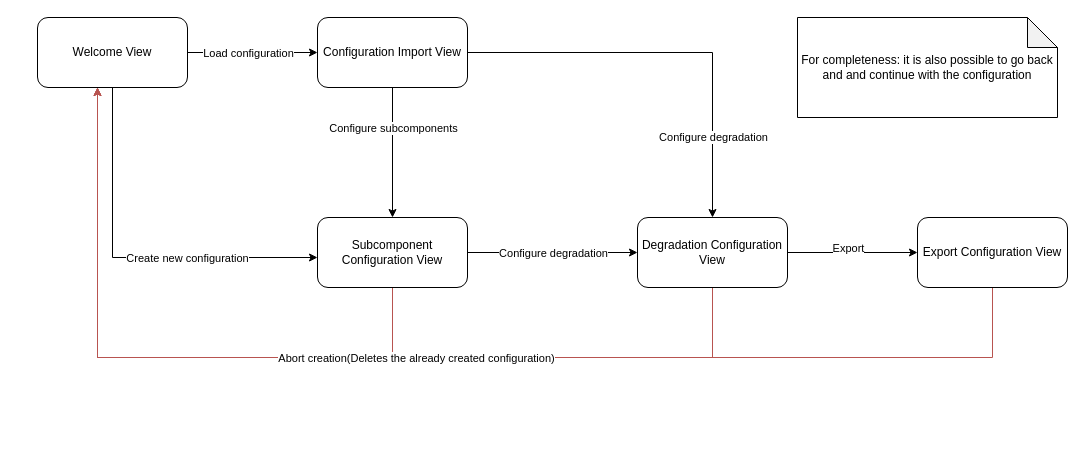
Earlier version of the draw.io diagram docs/planning/WizardWorkflow.drawio (frozzenshooter/sorrirConfigurator). Source tidied: cells renumbered, new cells numbered last; positions are measured from the earlier drawing's top-left corner, leaving out a move shared by most shapes. Both pictures are drawn from the tidied source at 100%, with x=0, y=0 at pixel (37, 17).
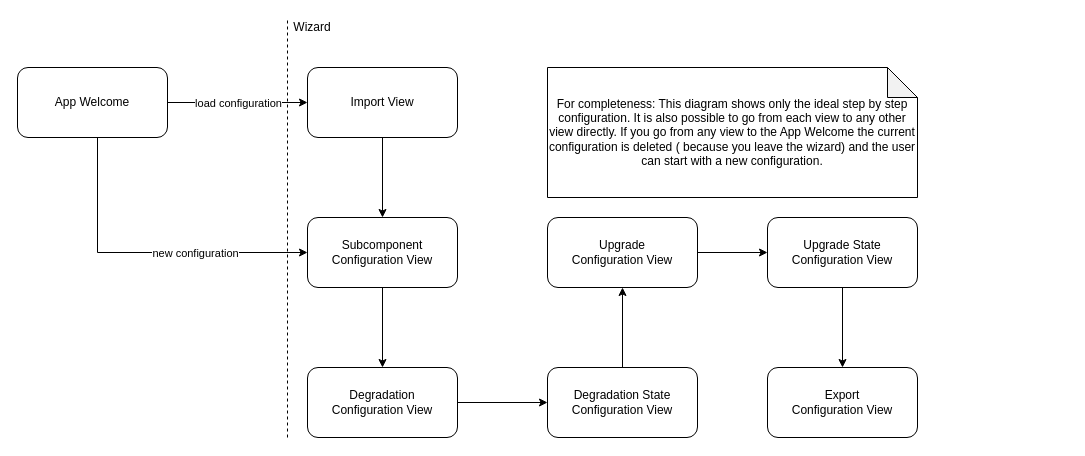
The same page after the edit.

Commit message (it also covers changes not shown here):
improves the wizard workflow in the docs and updates the notes

The change refers to these unchanged cells:
```xml
<mxCell id="12" style="edgeStyle=orthogonalEdgeStyle;rounded=0;jettySize=auto;html=1;" parent="1" edge="1" source="15" target="19">
  <mxGeometry relative="1" as="geometry" />
</mxCell>
```

What changed in the source:
```diff
@@
-    <mxCell id="2" style="edgeStyle=orthogonalEdgeStyle;rounded=0;jettySize=auto;html=1;" parent="1" edge="1" source="6" target="11">
-      <mxGeometry relative="1" as="geometry" />
-    </mxCell>
-    <mxCell id="3" value="Load configuration" style="edgeLabel;html=1;align=center;verticalAlign=middle;" parent="2" vertex="1">
-      <mxGeometry x="-0.18" y="4" relative="1" as="geometry">
-        <mxPoint x="7" y="4" as="offset" />
-      </mxGeometry>
-    </mxCell>
-    <mxCell id="4" style="edgeStyle=orthogonalEdgeStyle;rounded=0;jettySize=auto;html=1;" parent="1" edge="1" source="6" target="15">
-      <mxGeometry relative="1" as="geometry">
-        <Array as="points">
-          <mxPoint x="75" y="240" />
-        </Array>
-      </mxGeometry>
-    </mxCell>
-    <mxCell id="5" value="Create new configuration" style="edgeLabel;html=1;align=center;verticalAlign=middle;" parent="4" vertex="1">
-      <mxGeometry x="0.26" y="-4" relative="1" as="geometry">
-        <mxPoint x="8" y="-4" as="offset" />
-      </mxGeometry>
-    </mxCell>
-    <mxCell id="6" value="Welcome View" style="rounded=1;whiteSpace=wrap;html=1;" parent="1" vertex="1">
-      <mxGeometry width="150" height="70" as="geometry" />
-    </mxCell>
-    <mxCell id="7" style="edgeStyle=orthogonalEdgeStyle;rounded=0;jettySize=auto;html=1;" parent="1" edge="1" source="11" target="15">
-      <mxGeometry relative="1" as="geometry" />
-    </mxCell>
-    <mxCell id="8" value="Configure subcomponents" style="edgeLabel;html=1;align=center;verticalAlign=middle;" parent="7" vertex="1">
-      <mxGeometry x="-0.15" y="1" relative="1" as="geometry">
-        <mxPoint x="-1" y="-15" as="offset" />
-      </mxGeometry>
-    </mxCell>
-    <mxCell id="9" style="edgeStyle=orthogonalEdgeStyle;rounded=0;jettySize=auto;html=1;" parent="1" edge="1" source="11" target="19">
-      <mxGeometry relative="1" as="geometry" />
-    </mxCell>
-    <mxCell id="10" value="Configure degradation" style="edgeLabel;html=1;align=center;verticalAlign=middle;" parent="9" vertex="1">
-      <mxGeometry x="0.45" y="-3" relative="1" as="geometry">
-        <mxPoint x="3" y="32" as="offset" />
-      </mxGeometry>
-    </mxCell>
-    <mxCell id="11" value="Configuration Import View" style="rounded=1;whiteSpace=wrap;html=1;" parent="1" vertex="1">
-      <mxGeometry x="280" width="150" height="70" as="geometry" />
-    </mxCell>
+    <mxCell id="23" value="For completeness: This diagram shows only the ideal step by step configuration. It is also possible to go from each view to any other view directly. If you go from any view to the App Welcome the current configuration is deleted ( because you leave the wizard) and the user can start with a new configuration." style="shape=note;whiteSpace=wrap;html=1;backgroundOutline=1;darkOpacity=0.05;" parent="1" vertex="1">
+      <mxGeometry x="510" y="50" width="370" height="130" as="geometry" />
+    </mxCell>
+    <mxCell id="24" style="edgeStyle=orthogonalEdgeStyle;rounded=0;jettySize=auto;html=1;" parent="1" edge="1" source="28" target="30">
+      <mxGeometry relative="1" as="geometry" />
+    </mxCell>
+    <mxCell id="25" value="load configuration" style="edgeLabel;html=1;align=center;verticalAlign=middle;" parent="24" vertex="1">
+      <mxGeometry x="0.33" y="-1" relative="1" as="geometry">
+        <mxPoint x="-23" y="-1" as="offset" />
+      </mxGeometry>
+    </mxCell>
+    <mxCell id="26" style="edgeStyle=orthogonalEdgeStyle;rounded=0;jettySize=auto;html=1;entryX=0;entryY=0.5;entryDx=0;entryDy=0;" parent="1" edge="1" source="28" target="15">
+      <mxGeometry relative="1" as="geometry">
+        <Array as="points">
+          <mxPoint x="60" y="235" />
+        </Array>
+      </mxGeometry>
+    </mxCell>
+    <mxCell id="27" value="new configuration" style="edgeLabel;html=1;align=center;verticalAlign=middle;" parent="26" vertex="1">
+      <mxGeometry x="0.59" y="1" relative="1" as="geometry">
+        <mxPoint x="-46" y="1" as="offset" />
+      </mxGeometry>
+    </mxCell>
+    <mxCell id="28" value="App Welcome" style="rounded=1;whiteSpace=wrap;html=1;" parent="1" vertex="1">
+      <mxGeometry x="-20" y="50" width="150" height="70" as="geometry" />
+    </mxCell>
+    <mxCell id="29" style="edgeStyle=orthogonalEdgeStyle;rounded=0;jettySize=auto;html=1;" parent="1" edge="1" source="30" target="15">
+      <mxGeometry relative="1" as="geometry" />
+    </mxCell>
+    <mxCell id="30" value="Import View" style="rounded=1;whiteSpace=wrap;html=1;" parent="1" vertex="1">
+      <mxGeometry x="270" y="50" width="150" height="70" as="geometry" />
+    </mxCell>
@@
-    <mxCell id="13" value="Configure degradation" style="edgeLabel;html=1;align=center;verticalAlign=middle;" parent="12" vertex="1">
-      <mxGeometry x="0.25" y="-1" relative="1" as="geometry">
-        <mxPoint x="-21" y="-1" as="offset" />
-      </mxGeometry>
-    </mxCell>
-    <mxCell id="14" style="edgeStyle=orthogonalEdgeStyle;rounded=0;jettySize=auto;html=1;fillColor=#f8cecc;strokeColor=#b85450;" parent="1" edge="1" source="15" target="6">
-      <mxGeometry relative="1" as="geometry">
-        <Array as="points">
-          <mxPoint x="355" y="340" />
-          <mxPoint x="60" y="340" />
-        </Array>
-      </mxGeometry>
-    </mxCell>
-    <mxCell id="15" value="Subcomponent Configuration View" style="rounded=1;whiteSpace=wrap;html=1;" parent="1" vertex="1">
-      <mxGeometry x="280" y="200" width="150" height="70" as="geometry" />
+    <mxCell id="15" value="Subcomponent&lt;br&gt;Configuration View" style="rounded=1;whiteSpace=wrap;html=1;" parent="1" vertex="1">
+      <mxGeometry x="270" y="200" width="150" height="70" as="geometry" />
     </mxCell>
-    <mxCell id="16" style="edgeStyle=orthogonalEdgeStyle;rounded=0;jettySize=auto;html=1;" parent="1" edge="1" source="19" target="22">
-      <mxGeometry relative="1" as="geometry" />
-    </mxCell>
-    <mxCell id="17" value="Export" style="edgeLabel;html=1;align=center;verticalAlign=middle;" parent="16" vertex="1">
-      <mxGeometry x="-0.31" y="-4" relative="1" as="geometry">
-        <mxPoint x="15" y="-9" as="offset" />
-      </mxGeometry>
-    </mxCell>
-    <mxCell id="18" style="edgeStyle=orthogonalEdgeStyle;rounded=0;jettySize=auto;html=1;fillColor=#f8cecc;strokeColor=#b85450;" parent="1" edge="1" source="19" target="6">
-      <mxGeometry relative="1" as="geometry">
-        <Array as="points">
-          <mxPoint x="675" y="340" />
-          <mxPoint x="60" y="340" />
-        </Array>
-      </mxGeometry>
-    </mxCell>
+    <mxCell id="31" style="edgeStyle=orthogonalEdgeStyle;rounded=0;jettySize=auto;html=1;" parent="1" edge="1" source="19" target="37">
+      <mxGeometry relative="1" as="geometry" />
+    </mxCell>
-    <mxCell id="19" value="Degradation Configuration View" style="rounded=1;whiteSpace=wrap;html=1;" parent="1" vertex="1">
-      <mxGeometry x="600" y="200" width="150" height="70" as="geometry" />
+    <mxCell id="19" value="Degradation&lt;br&gt;Configuration View" style="rounded=1;whiteSpace=wrap;html=1;" parent="1" vertex="1">
+      <mxGeometry x="270" y="350" width="150" height="70" as="geometry" />
     </mxCell>
-    <mxCell id="20" style="edgeStyle=orthogonalEdgeStyle;rounded=0;jettySize=auto;html=1;fillColor=#f8cecc;strokeColor=#b85450;" parent="1" edge="1" source="22" target="6">
-      <mxGeometry relative="1" as="geometry">
-        <Array as="points">
-          <mxPoint x="955" y="340" />
-          <mxPoint x="60" y="340" />
-        </Array>
-      </mxGeometry>
-    </mxCell>
-    <mxCell id="21" value="Abort creation(Deletes the already created configuration)" style="edgeLabel;html=1;align=center;verticalAlign=middle;" parent="20" vertex="1">
-      <mxGeometry x="0.26" y="-4" relative="1" as="geometry">
-        <mxPoint x="131" y="4" as="offset" />
-      </mxGeometry>
-    </mxCell>
-    <mxCell id="22" value="Export Configuration View" style="rounded=1;whiteSpace=wrap;html=1;" parent="1" vertex="1">
-      <mxGeometry x="880" y="200" width="150" height="70" as="geometry" />
+    <mxCell id="22" value="Export&lt;br&gt;Configuration View" style="rounded=1;whiteSpace=wrap;html=1;" parent="1" vertex="1">
+      <mxGeometry x="730" y="350" width="150" height="70" as="geometry" />
     </mxCell>
-    <mxCell id="23" value="For completeness: it is also possible to go back and and continue with the configuration" style="shape=note;whiteSpace=wrap;html=1;backgroundOutline=1;darkOpacity=0.05;" parent="1" vertex="1">
-      <mxGeometry x="760" width="260" height="100" as="geometry" />
-    </mxCell>
+    <mxCell id="32" style="edgeStyle=orthogonalEdgeStyle;rounded=0;jettySize=auto;html=1;" parent="1" edge="1" source="33" target="39">
+      <mxGeometry relative="1" as="geometry" />
+    </mxCell>
+    <mxCell id="33" value="Upgrade &lt;br&gt;Configuration View" style="rounded=1;whiteSpace=wrap;html=1;" parent="1" vertex="1">
+      <mxGeometry x="510" y="200" width="150" height="70" as="geometry" />
+    </mxCell>
+    <mxCell id="34" style="endArrow=none;dashed=1;html=1;entryX=0;entryY=0;entryDx=0;entryDy=0;" parent="1" edge="1" target="35">
+      <mxGeometry relative="1" as="geometry">
+        <mxPoint x="250" y="420" as="sourcePoint" />
+      </mxGeometry>
+    </mxCell>
+    <mxCell id="35" value="Wizard" style="text;html=1;strokeColor=none;fillColor=none;align=center;verticalAlign=middle;whiteSpace=wrap;rounded=0;" parent="1" vertex="1">
+      <mxGeometry x="250" width="50" height="20" as="geometry" />
+    </mxCell>
+    <mxCell id="36" style="edgeStyle=orthogonalEdgeStyle;rounded=0;jettySize=auto;html=1;" parent="1" edge="1" source="37" target="33">
+      <mxGeometry relative="1" as="geometry" />
+    </mxCell>
+    <mxCell id="37" value="Degradation State&lt;br&gt;Configuration View" style="rounded=1;whiteSpace=wrap;html=1;" parent="1" vertex="1">
+      <mxGeometry x="510" y="350" width="150" height="70" as="geometry" />
+    </mxCell>
+    <mxCell id="38" style="edgeStyle=orthogonalEdgeStyle;rounded=0;jettySize=auto;html=1;" parent="1" edge="1" source="39" target="22">
+      <mxGeometry relative="1" as="geometry" />
+    </mxCell>
+    <mxCell id="39" value="Upgrade State&lt;br&gt;Configuration View" style="rounded=1;whiteSpace=wrap;html=1;" parent="1" vertex="1">
+      <mxGeometry x="730" y="200" width="150" height="70" as="geometry" />
+    </mxCell>
```
